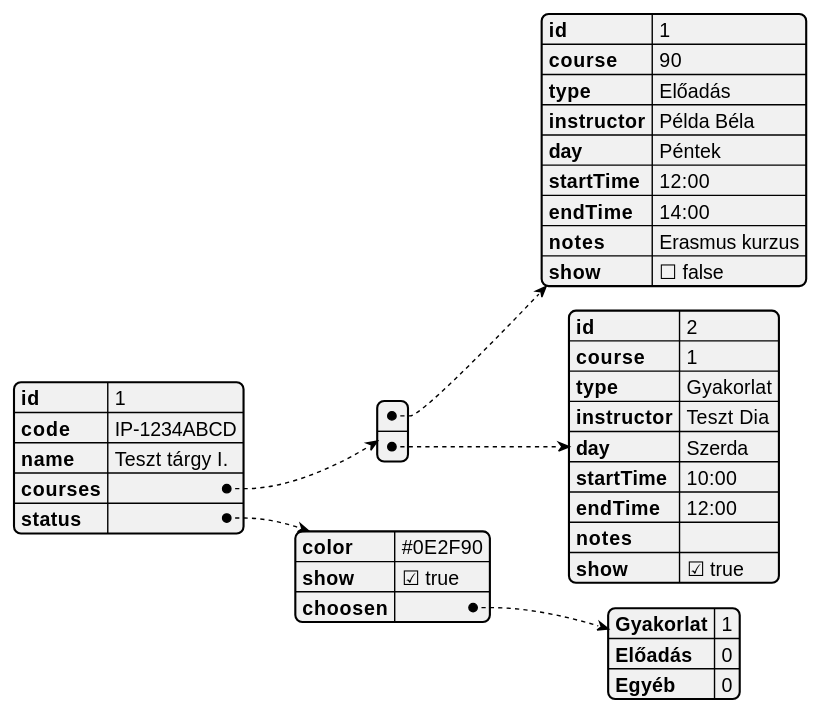
Before: out/uml/subjects-json/subjects.svg, a diagram exported from PlantUML (Vdor01/orarendtervezo). The source it was exported from:
```plantuml
@startjson subjects
{
  "id": 1,
  "code": "IP-1234ABCD",
  "name": "Teszt tárgy I.",
  "courses": [
    {
      "id": 1,
      "course": 90,
      "type": "Előadás",
      "instructor": "Példa Béla",
      "day": "Péntek",
      "startTime": "12:00",
      "endTime": "14:00",
      "notes": "Erasmus kurzus",
      "show": false
    },
    {
      "id": 2,
      "course": 1,
      "type": "Gyakorlat",
      "instructor": "Teszt Dia",
      "day": "Szerda",
      "startTime": "10:00",
      "endTime": "12:00",
      "notes": "",
      "show": true
    }
  ],
  "status": {
    "color": "#0E2F90",
    "show": true,
    "choosen": {
      "Gyakorlat": 1,
      "Előadás": 0,
      "Egyéb": 0
    }
  }
}
@endjson
```
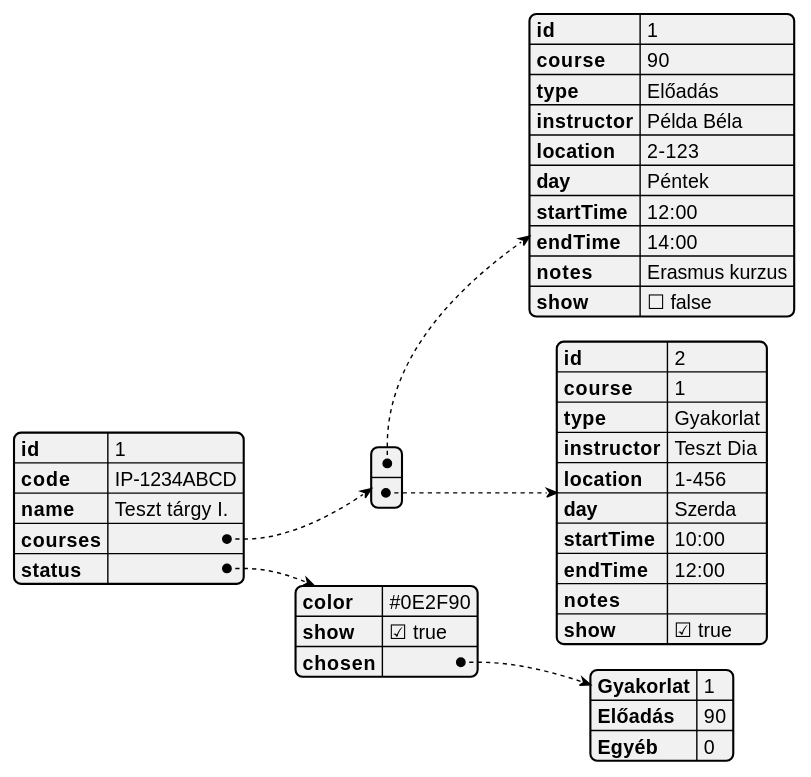
Later version of the same file.

The edit, as a diff of the source:
```diff
@@ -6,9 +6,10 @@
   "courses": [
     {
       "id": 1,
-      "course": 90,
+      "course": "90",
       "type": "Előadás",
       "instructor": "Példa Béla",
+      "location": "2-123",
       "day": "Péntek",
       "startTime": "12:00",
       "endTime": "14:00",
@@ -17,9 +18,10 @@
     },
     {
       "id": 2,
-      "course": 1,
+      "course": "1",
       "type": "Gyakorlat",
       "instructor": "Teszt Dia",
+      "location": "1-456",
       "day": "Szerda",
       "startTime": "10:00",
       "endTime": "12:00",
@@ -30,9 +32,9 @@
   "status": {
     "color": "#0E2F90",
     "show": true,
-    "choosen": {
+    "chosen": {
       "Gyakorlat": 1,
-      "Előadás": 0,
+      "Előadás": 90,
       "Egyéb": 0
     }
   }
```
